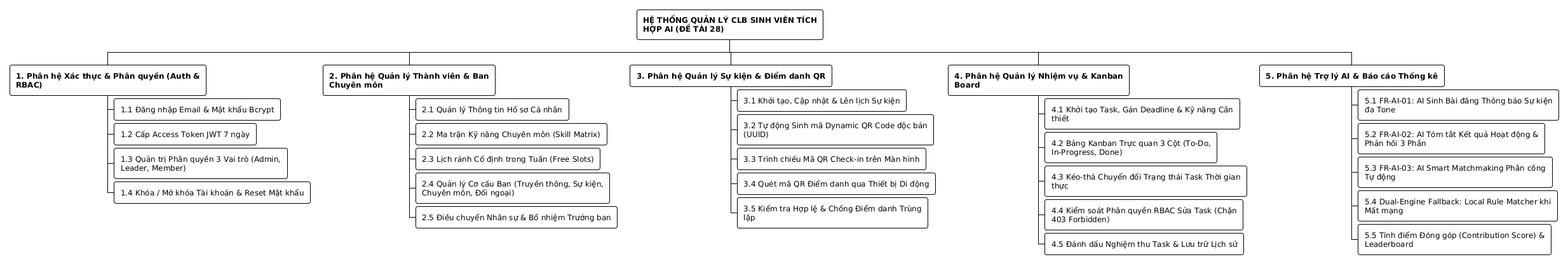
Above: images/functional_decomposition.png in nda2801/Student_Club_Management (PlantUML), before the change. Source of this version:
```plantuml
@startwbs functional_decomposition
!theme plain
skinparam backgroundColor #FFFFFF
skinparam shadowing false
skinparam roundcorner 6

* **HỆ THỐNG QUẢN LÝ CLB SINH VIÊN TÍCH HỢP AI (ĐỀ TÀI 28)**
** **1. Phân hệ Xác thực & Phân quyền (Auth & RBAC)**
*** 1.1 Đăng nhập Email & Mật khẩu Bcrypt
*** 1.2 Cấp Access Token JWT 7 ngày
*** 1.3 Quản trị Phân quyền 3 Vai trò (Admin, Leader, Member)
*** 1.4 Khóa / Mở khóa Tài khoản & Reset Mật khẩu

** **2. Phân hệ Quản lý Thành viên & Ban Chuyên môn**
*** 2.1 Quản lý Thông tin Hồ sơ Cá nhân
*** 2.2 Ma trận Kỹ năng Chuyên môn (Skill Matrix)
*** 2.3 Lịch rảnh Cố định trong Tuần (Free Slots)
*** 2.4 Quản lý Cơ cấu Ban (Truyền thông, Sự kiện, Chuyên môn, Đối ngoại)
*** 2.5 Điều chuyển Nhân sự & Bổ nhiệm Trưởng ban

** **3. Phân hệ Quản lý Sự kiện & Điểm danh QR**
*** 3.1 Khởi tạo, Cập nhật & Lên lịch Sự kiện
*** 3.2 Tự động Sinh mã Dynamic QR Code độc bản (UUID)
*** 3.3 Trình chiếu Mã QR Check-in trên Màn hình
*** 3.4 Quét mã QR Điểm danh qua Thiết bị Di động
*** 3.5 Kiểm tra Hợp lệ & Chống Điểm danh Trùng lặp

** **4. Phân hệ Quản lý Nhiệm vụ & Kanban Board**
*** 4.1 Khởi tạo Task, Gán Deadline & Kỹ năng Cần thiết
*** 4.2 Bảng Kanban Trực quan 3 Cột (To-Do, In-Progress, Done)
*** 4.3 Kéo-thả Chuyển đổi Trạng thái Task Thời gian thực
*** 4.4 Kiểm soát Phân quyền RBAC Sửa Task (Chặn 403 Forbidden)
*** 4.5 Đánh dấu Nghiệm thu Task & Lưu trữ Lịch sử

** **5. Phân hệ Trợ lý AI & Báo cáo Thống kê**
*** 5.1 FR-AI-01: AI Sinh Bài đăng Thông báo Sự kiện đa Tone
*** 5.2 FR-AI-02: AI Tóm tắt Kết quả Hoạt động & Phản hồi 3 Phần
*** 5.3 FR-AI-03: AI Smart Matchmaking Phân công Tự động
*** 5.4 Dual-Engine Fallback: Local Rule Matcher khi Mất mạng
*** 5.5 Tính điểm Đóng góp (Contribution Score) & Leaderboard
@endwbs
```
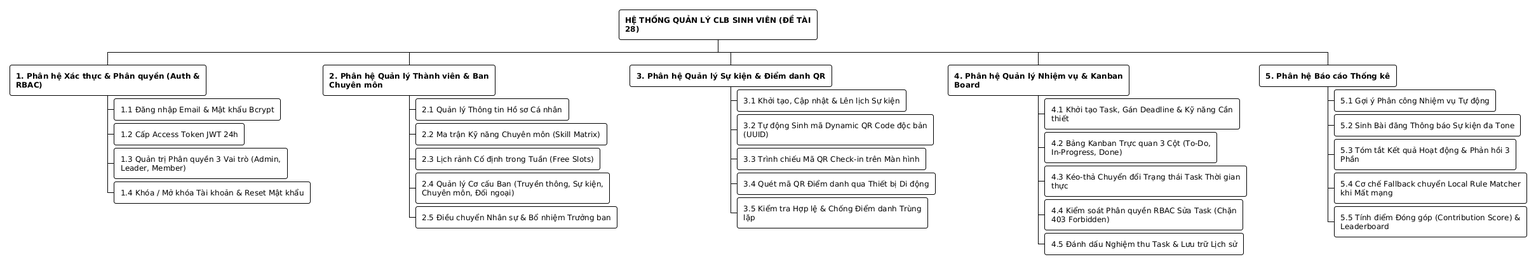
After the change.

Diff of the diagram source:
```diff
@@ -4,10 +4,10 @@
 skinparam shadowing false
 skinparam roundcorner 6
 
-* **HỆ THỐNG QUẢN LÝ CLB SINH VIÊN TÍCH HỢP AI (ĐỀ TÀI 28)**
+* **HỆ THỐNG QUẢN LÝ CLB SINH VIÊN (ĐỀ TÀI 28)**
 ** **1. Phân hệ Xác thực & Phân quyền (Auth & RBAC)**
 *** 1.1 Đăng nhập Email & Mật khẩu Bcrypt
-*** 1.2 Cấp Access Token JWT 7 ngày
+*** 1.2 Cấp Access Token JWT 24h
 *** 1.3 Quản trị Phân quyền 3 Vai trò (Admin, Leader, Member)
 *** 1.4 Khóa / Mở khóa Tài khoản & Reset Mật khẩu
 
@@ -32,10 +32,10 @@
 *** 4.4 Kiểm soát Phân quyền RBAC Sửa Task (Chặn 403 Forbidden)
 *** 4.5 Đánh dấu Nghiệm thu Task & Lưu trữ Lịch sử
 
-** **5. Phân hệ Trợ lý AI & Báo cáo Thống kê**
-*** 5.1 FR-AI-01: AI Sinh Bài đăng Thông báo Sự kiện đa Tone
-*** 5.2 FR-AI-02: AI Tóm tắt Kết quả Hoạt động & Phản hồi 3 Phần
-*** 5.3 FR-AI-03: AI Smart Matchmaking Phân công Tự động
-*** 5.4 Dual-Engine Fallback: Local Rule Matcher khi Mất mạng
+** **5. Phân hệ Báo cáo Thống kê**
+*** 5.1 Gợi ý Phân công Nhiệm vụ Tự động
+*** 5.2 Sinh Bài đăng Thông báo Sự kiện đa Tone
+*** 5.3 Tóm tắt Kết quả Hoạt động & Phản hồi 3 Phần
+*** 5.4 Cơ chế Fallback chuyển Local Rule Matcher khi Mất mạng
 *** 5.5 Tính điểm Đóng góp (Contribution Score) & Leaderboard
 @endwbs
```
